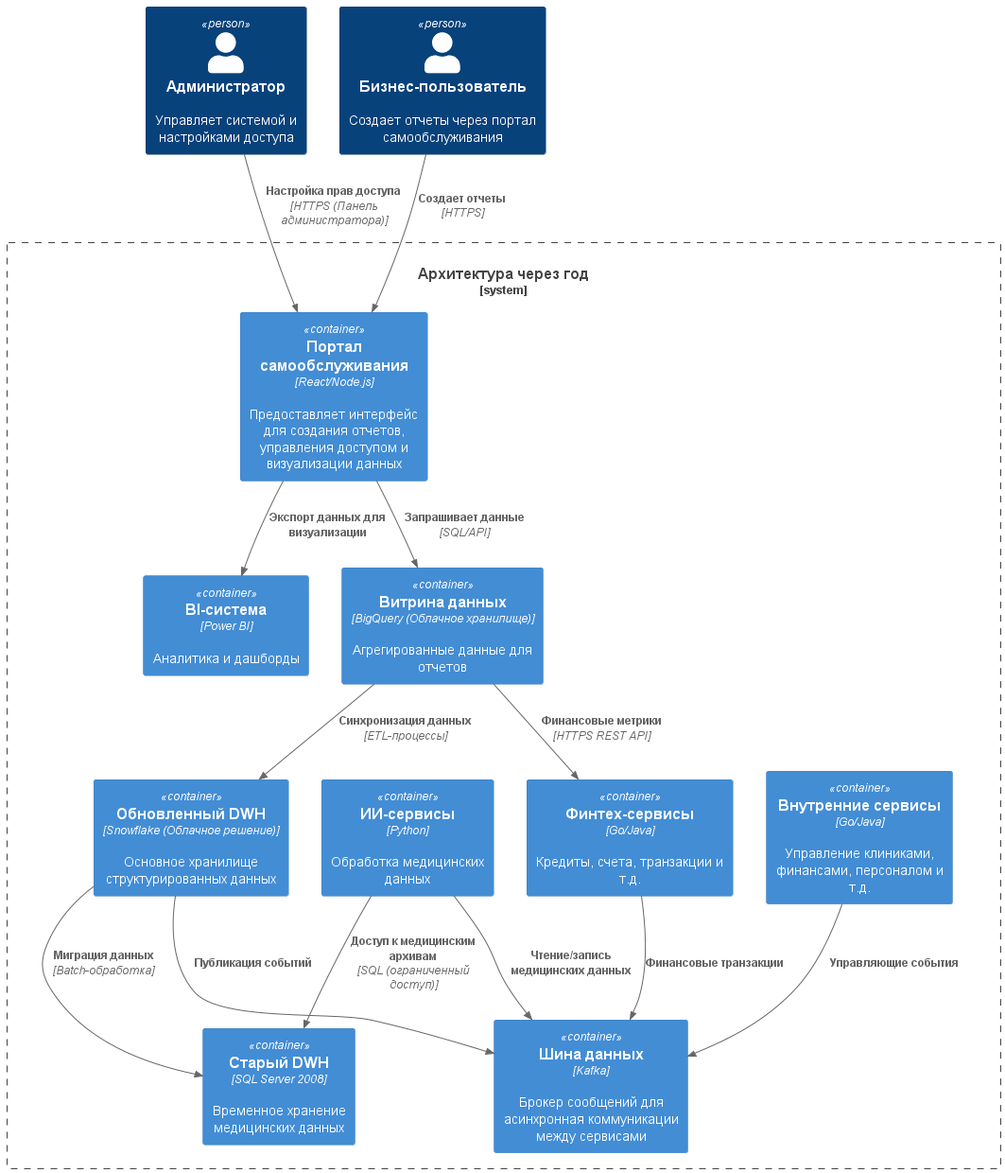
snakeduse/architecture-sprint-11 keeps this PlantUML diagram as Exc1/diagrams/ToBe.png. Above is the earlier version.
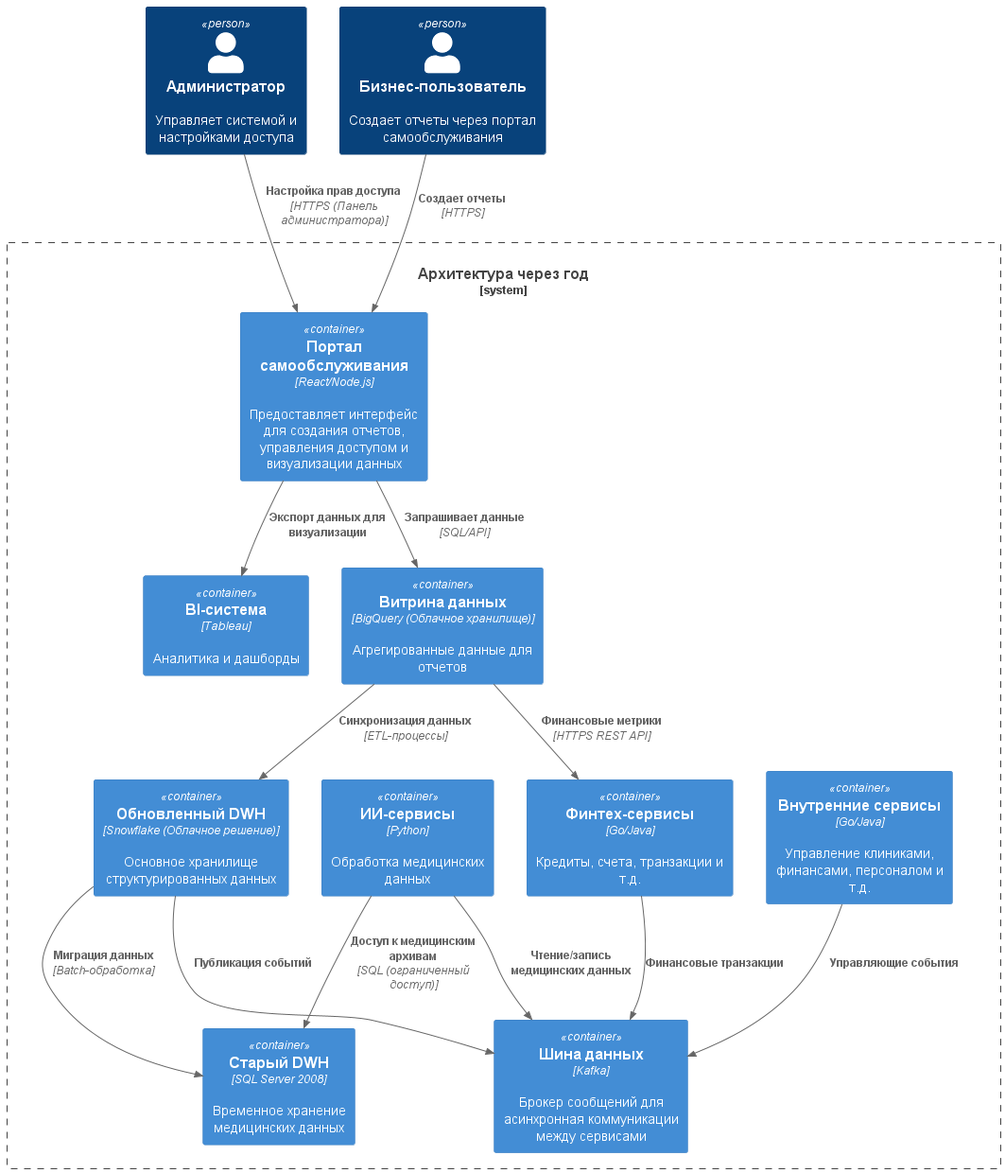
After the commit.

Commit message:
feat(Exc1): Уточнил диаграмму

What changed in the source:
```diff
@@ -6,7 +6,7 @@
 
 System_Boundary(c1, "Архитектура через год") {
     Container(portal, "Портал самообслуживания", "React/Node.js", "Предоставляет интерфейс для создания отчетов, управления доступом и визуализации данных")
-    Container(bi, "BI-система", "Power BI", "Аналитика и дашборды")
+    Container(bi, "BI-система", "Tableau", "Аналитика и дашборды")
     Container(data_mart, "Витрина данных", "BigQuery (Облачное хранилище)", "Агрегированные данные для отчетов")
     Container(modern_dwh, "Обновленный DWH", "Snowflake (Облачное решение)", "Основное хранилище структурированных данных")
     Container(legacy_dwh, "Старый DWH", "SQL Server 2008", "Временное хранение медицинских данных")
```
